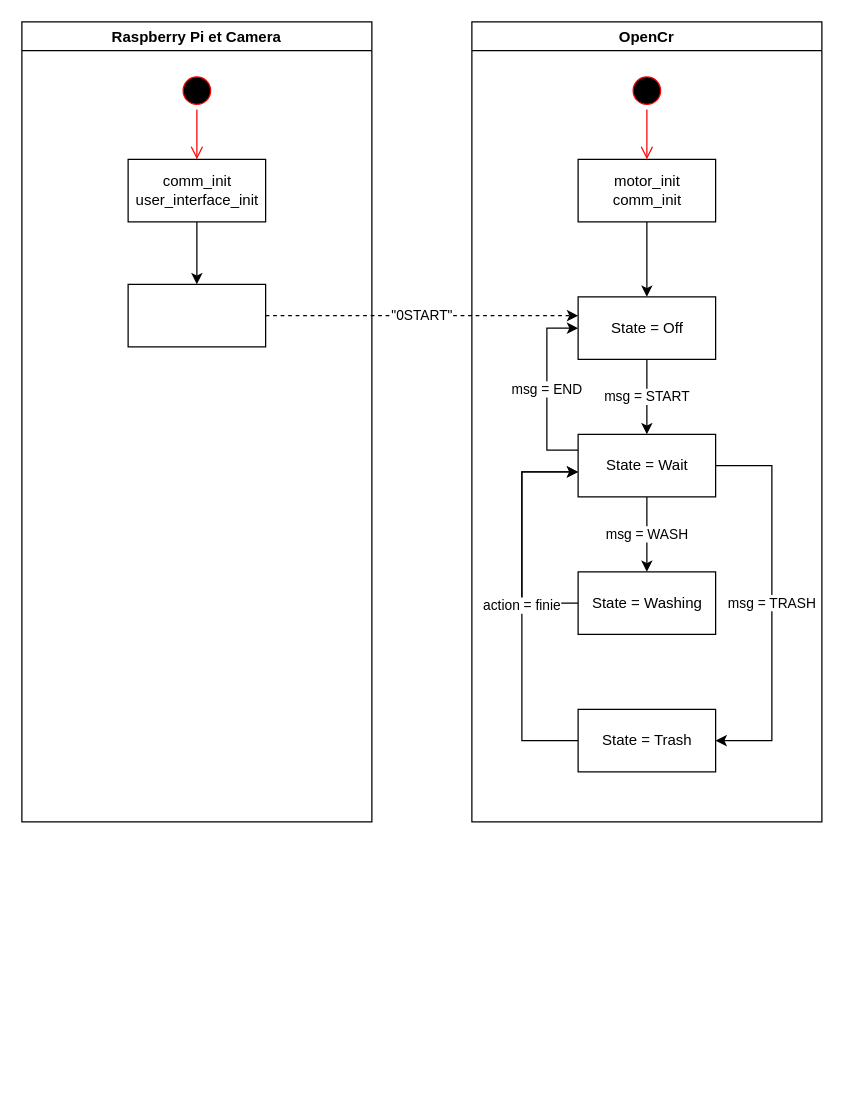
Cagius-UdeS/Cagius keeps this draw.io diagram as Documentation/SourceFigure/flowchartcode.drawio. Above is the earlier version. Source tidied: cells renumbered, new cells numbered last; positions are measured from the earlier drawing's top-left corner, leaving out a move shared by most shapes. Both pictures are drawn from the tidied source at 125%, with x=0, y=0 at pixel (21, 21).
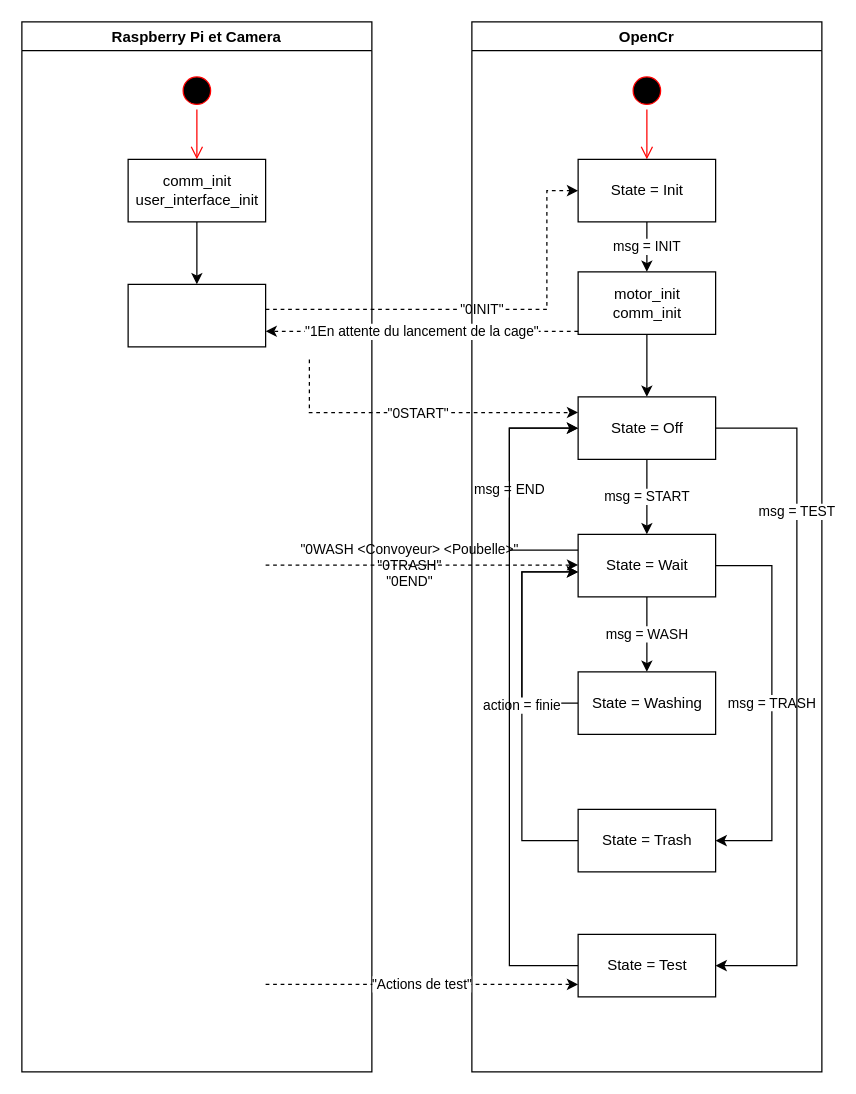
The same diagram, later.

Commit message:
mise a jour du flowchart communication

Unchanged cells that the change refers to:
```xml
<mxCell id="7" style="html=1;" parent="2" vertex="1">
  <mxGeometry x="85" y="210" width="110" height="50" as="geometry" />
</mxCell>
<mxCell id="9" style="ellipse;html=1;shape=startState;fillColor=#000000;strokeColor=#ff0000;" parent="8" vertex="1">
  <mxGeometry x="125" y="40" width="30" height="30" as="geometry" />
</mxCell>
```

Diff of the diagram source:
```diff
@@
     <mxCell id="2" value="Raspberry Pi et Camera" style="swimlane;" parent="1" vertex="1">
-      <mxGeometry width="280" height="640" as="geometry" />
+      <mxGeometry width="280" height="840" as="geometry" />
     </mxCell>
@@
+    <mxCell id="24" value="&quot;0INIT&quot;" style="edgeStyle=orthogonalEdgeStyle;rounded=0;jettySize=auto;html=1;dashed=1;entryX=0;entryY=0.5;entryDx=0;entryDy=0;" parent="2" edge="1" target="26">
+      <mxGeometry relative="1" as="geometry">
+        <mxPoint x="195" y="230" as="sourcePoint" />
+        <Array as="points">
+          <mxPoint x="420" y="230" />
+          <mxPoint x="420" y="135" />
+        </Array>
+      </mxGeometry>
+    </mxCell>
     <mxCell id="8" value="OpenCr" style="swimlane;" parent="1" vertex="1">
-      <mxGeometry x="360" width="280" height="640" as="geometry" />
+      <mxGeometry x="360" width="280" height="840" as="geometry" />
     </mxCell>
@@
-    <mxCell id="10" style="edgeStyle=orthogonalEdgeStyle;html=1;verticalAlign=bottom;endArrow=open;endSize=8;strokeColor=#ff0000;rounded=0;entryX=0.5;entryY=0;entryDx=0;entryDy=0;" parent="8" edge="1" source="9" target="12">
+    <mxCell id="10" style="edgeStyle=orthogonalEdgeStyle;html=1;verticalAlign=bottom;endArrow=open;endSize=8;strokeColor=#ff0000;rounded=0;entryX=0.5;entryY=0;entryDx=0;entryDy=0;" parent="8" edge="1" source="9" target="26">
       <mxGeometry relative="1" as="geometry" />
     </mxCell>
@@
     <mxCell id="12" value="motor_init&lt;br&gt;comm_init" style="html=1;" parent="8" vertex="1">
-      <mxGeometry x="85" y="110" width="110" height="50" as="geometry" />
+      <mxGeometry x="85" y="200" width="110" height="50" as="geometry" />
     </mxCell>
@@
     <mxCell id="14" value="State = Off" style="html=1;" parent="8" vertex="1">
-      <mxGeometry x="85" y="220" width="110" height="50" as="geometry" />
+      <mxGeometry x="85" y="300" width="110" height="50" as="geometry" />
     </mxCell>
@@
     <mxCell id="16" value="msg = END" style="edgeStyle=orthogonalEdgeStyle;rounded=0;jettySize=auto;html=1;entryX=0;entryY=0.5;entryDx=0;entryDy=0;exitX=0;exitY=0.25;exitDx=0;exitDy=0;" parent="8" edge="1" source="17" target="14">
       <mxGeometry relative="1" as="geometry">
         <Array as="points">
-          <mxPoint x="60" y="343" />
-          <mxPoint x="60" y="245" />
+          <mxPoint x="30" y="423" />
+          <mxPoint x="30" y="325" />
         </Array>
       </mxGeometry>
     </mxCell>
     <mxCell id="17" value="State = Wait" style="html=1;" parent="8" vertex="1">
-      <mxGeometry x="85" y="330" width="110" height="50" as="geometry" />
+      <mxGeometry x="85" y="410" width="110" height="50" as="geometry" />
     </mxCell>
     <mxCell id="18" style="edgeStyle=orthogonalEdgeStyle;rounded=0;jettySize=auto;html=1;" parent="8" edge="1" source="19">
       <mxGeometry relative="1" as="geometry">
-        <mxPoint x="85" y="360" as="targetPoint" />
+        <mxPoint x="85" y="440" as="targetPoint" />
         <Array as="points">
-          <mxPoint x="40" y="465" />
-          <mxPoint x="40" y="360" />
+          <mxPoint x="40" y="545" />
+          <mxPoint x="40" y="440" />
         </Array>
       </mxGeometry>
     </mxCell>
     <mxCell id="19" value="State = Washing" style="html=1;" parent="8" vertex="1">
-      <mxGeometry x="85" y="440" width="110" height="50" as="geometry" />
+      <mxGeometry x="85" y="520" width="110" height="50" as="geometry" />
     </mxCell>
     <mxCell id="20" value="action = finie" style="edgeStyle=orthogonalEdgeStyle;rounded=0;jettySize=auto;html=1;" parent="8" edge="1" source="21">
       <mxGeometry relative="1" as="geometry">
-        <mxPoint x="85" y="360" as="targetPoint" />
+        <mxPoint x="85" y="440" as="targetPoint" />
         <Array as="points">
-          <mxPoint x="40" y="575" />
-          <mxPoint x="40" y="360" />
+          <mxPoint x="40" y="655" />
+          <mxPoint x="40" y="440" />
         </Array>
       </mxGeometry>
     </mxCell>
     <mxCell id="21" value="State = Trash" style="html=1;" parent="8" vertex="1">
-      <mxGeometry x="85" y="550" width="110" height="50" as="geometry" />
+      <mxGeometry x="85" y="630" width="110" height="50" as="geometry" />
     </mxCell>
     <mxCell id="22" value="msg = TRASH" style="edgeStyle=orthogonalEdgeStyle;rounded=0;jettySize=auto;html=1;entryX=1;entryY=0.5;entryDx=0;entryDy=0;" parent="8" edge="1" source="17" target="21">
       <mxGeometry relative="1" as="geometry">
         <Array as="points">
-          <mxPoint x="240" y="355" />
-          <mxPoint x="240" y="575" />
+          <mxPoint x="240" y="435" />
+          <mxPoint x="240" y="655" />
         </Array>
       </mxGeometry>
     </mxCell>
+    <mxCell id="25" value="msg = INIT" style="edgeStyle=orthogonalEdgeStyle;rounded=0;jettySize=auto;html=1;" parent="8" edge="1" source="26" target="12">
+      <mxGeometry relative="1" as="geometry" />
+    </mxCell>
+    <mxCell id="26" value="State = Init" style="html=1;" parent="8" vertex="1">
+      <mxGeometry x="85" y="110" width="110" height="50" as="geometry" />
+    </mxCell>
+    <mxCell id="27" style="edgeStyle=orthogonalEdgeStyle;rounded=0;jettySize=auto;html=1;entryX=0;entryY=0.5;entryDx=0;entryDy=0;labelBackgroundColor=none;" parent="8" edge="1" source="28" target="14">
+      <mxGeometry relative="1" as="geometry">
+        <Array as="points">
+          <mxPoint x="30" y="755" />
+          <mxPoint x="30" y="325" />
+        </Array>
+      </mxGeometry>
+    </mxCell>
+    <mxCell id="28" value="State = Test" style="html=1;" parent="8" vertex="1">
+      <mxGeometry x="85" y="730" width="110" height="50" as="geometry" />
+    </mxCell>
+    <mxCell id="29" value="msg = TEST" style="edgeStyle=orthogonalEdgeStyle;rounded=0;jettySize=auto;html=1;entryX=1;entryY=0.5;entryDx=0;entryDy=0;exitX=1;exitY=0.5;exitDx=0;exitDy=0;" parent="8" edge="1" source="14" target="28">
+      <mxGeometry x="-0.53" relative="1" as="geometry">
+        <Array as="points">
+          <mxPoint x="260" y="325" />
+          <mxPoint x="260" y="755" />
+        </Array>
+      </mxGeometry>
+    </mxCell>
-    <mxCell id="23" value="&quot;0START&quot;" style="edgeStyle=orthogonalEdgeStyle;rounded=0;jettySize=auto;html=1;dashed=1;" parent="1" edge="1" source="7" target="14">
+    <mxCell id="23" value="&quot;0START&quot;" style="edgeStyle=orthogonalEdgeStyle;rounded=0;jettySize=auto;html=1;dashed=1;entryX=0;entryY=0.25;entryDx=0;entryDy=0;" parent="1" edge="1" target="14">
       <mxGeometry relative="1" as="geometry">
+        <mxPoint x="230" y="270" as="sourcePoint" />
         <Array as="points">
-          <mxPoint x="380" y="235" />
-          <mxPoint x="380" y="235" />
+          <mxPoint x="230" y="313" />
         </Array>
       </mxGeometry>
     </mxCell>
+    <mxCell id="30" value="&quot;0WASH &amp;lt;Convoyeur&amp;gt; &amp;lt;Poubelle&amp;gt;&quot;&lt;br&gt;&quot;0TRASH&quot;&lt;br&gt;&quot;0END&quot;" style="edgeStyle=orthogonalEdgeStyle;rounded=0;orthogonalLoop=1;jettySize=auto;html=1;dashed=1;labelBackgroundColor=none;" parent="1" edge="1">
+      <mxGeometry x="-0.08" relative="1" as="geometry">
+        <mxPoint x="195" y="434.5" as="sourcePoint" />
+        <mxPoint x="445" y="434.5" as="targetPoint" />
+        <Array as="points">
+          <mxPoint x="380" y="434.5" />
+          <mxPoint x="380" y="434.5" />
+        </Array>
+      </mxGeometry>
+    </mxCell>
+    <mxCell id="31" value="&quot;Actions de test&quot;" style="edgeStyle=orthogonalEdgeStyle;rounded=0;orthogonalLoop=1;jettySize=auto;html=1;dashed=1;labelBackgroundColor=default;" parent="1" edge="1">
+      <mxGeometry relative="1" as="geometry">
+        <mxPoint x="195" y="770" as="sourcePoint" />
+        <mxPoint x="445" y="770" as="targetPoint" />
+        <Array as="points">
+          <mxPoint x="380" y="770" />
+          <mxPoint x="380" y="770" />
+        </Array>
+      </mxGeometry>
+    </mxCell>
+    <mxCell id="32" value="&quot;1En attente du lancement de la cage&quot;" style="edgeStyle=orthogonalEdgeStyle;rounded=0;jettySize=auto;html=1;entryX=1;entryY=0.75;entryDx=0;entryDy=0;labelBackgroundColor=default;dashed=1;" parent="1" edge="1" source="12" target="7">
+      <mxGeometry relative="1" as="geometry">
+        <Array as="points">
+          <mxPoint x="320" y="248" />
+        </Array>
+      </mxGeometry>
+    </mxCell>
```
